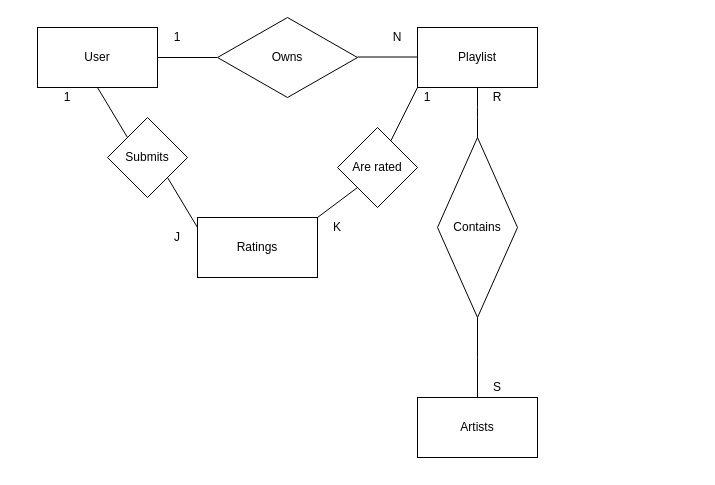
Earlier version of the draw.io diagram Untitled Diagram.drawio (Caimpson/ITECHProj_GroupP). Source tidied: cells renumbered, new cells numbered last; positions are measured from the earlier drawing's top-left corner, leaving out a move shared by most shapes. Both pictures are drawn from the tidied source at 100%, with x=0, y=0 at pixel (37, 17).
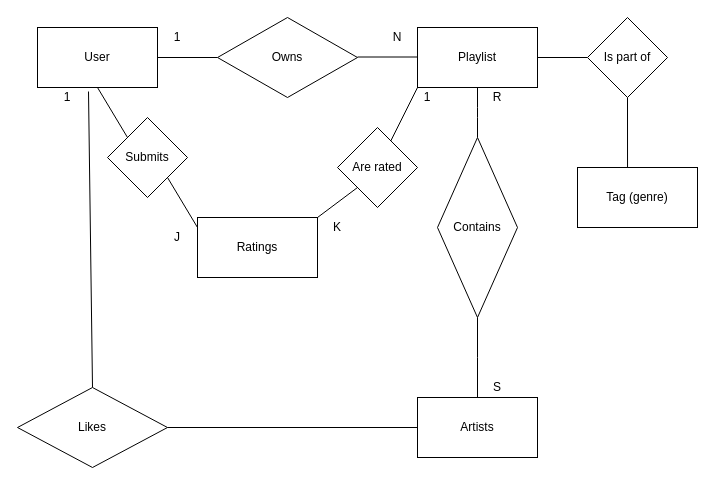
The same diagram, later.

The change refers to these unchanged cells:
```xml
<mxCell id="3" value="User" style="rounded=0;whiteSpace=wrap;html=1;" parent="1" vertex="1">
  <mxGeometry y="10" width="120" height="60" as="geometry" />
</mxCell>
<mxCell id="5" value="Playlist" style="rounded=0;whiteSpace=wrap;html=1;" parent="1" vertex="1">
  <mxGeometry x="380" y="10" width="120" height="60" as="geometry" />
</mxCell>
<mxCell id="10" value="Artists" style="rounded=0;whiteSpace=wrap;html=1;" parent="1" vertex="1">
  <mxGeometry x="380" y="380" width="120" height="60" as="geometry" />
</mxCell>
```

Change to the diagram source:
```diff
@@
+    <mxCell id="27" style="edgeStyle=orthogonalEdgeStyle;rounded=0;jettySize=auto;html=1;exitX=1;exitY=0.5;exitDx=0;exitDy=0;entryX=0;entryY=0.5;entryDx=0;entryDy=0;endArrow=none;endFill=0;" parent="1" edge="1" source="5" target="32">
+      <mxGeometry relative="1" as="geometry" />
+    </mxCell>
@@
+    <mxCell id="28" style="endArrow=none;html=1;entryX=0.425;entryY=1.067;entryDx=0;entryDy=0;entryPerimeter=0;exitX=0.5;exitY=0;exitDx=0;exitDy=0;" parent="1" edge="1" source="29" target="3">
+      <mxGeometry relative="1" as="geometry" />
+    </mxCell>
+    <mxCell id="29" value="Likes" style="rhombus;whiteSpace=wrap;html=1;" parent="1" vertex="1">
+      <mxGeometry x="-20" y="370" width="150" height="80" as="geometry" />
+    </mxCell>
+    <mxCell id="30" style="endArrow=none;html=1;entryX=0;entryY=0.5;entryDx=0;entryDy=0;" parent="1" edge="1" target="10">
+      <mxGeometry relative="1" as="geometry">
+        <mxPoint x="130" y="410" as="sourcePoint" />
+      </mxGeometry>
+    </mxCell>
+    <mxCell id="31" style="edgeStyle=orthogonalEdgeStyle;rounded=0;jettySize=auto;html=1;exitX=0.5;exitY=1;exitDx=0;exitDy=0;entryX=0.417;entryY=0.033;entryDx=0;entryDy=0;entryPerimeter=0;endArrow=none;endFill=0;" parent="1" edge="1" source="32" target="33">
+      <mxGeometry relative="1" as="geometry" />
+    </mxCell>
+    <mxCell id="32" value="Is part of" style="rhombus;whiteSpace=wrap;html=1;" parent="1" vertex="1">
+      <mxGeometry x="550" width="80" height="80" as="geometry" />
+    </mxCell>
+    <mxCell id="33" value="Tag (genre)" style="rounded=0;whiteSpace=wrap;html=1;" parent="1" vertex="1">
+      <mxGeometry x="540" y="150" width="120" height="60" as="geometry" />
+    </mxCell>
```
